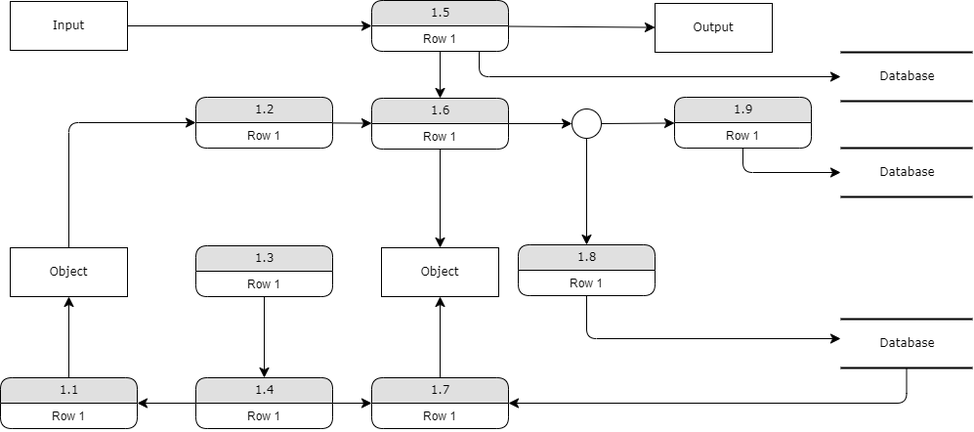
This is DataFlow.drawio.png from ye-s-rin/prodigitalacademy3rd-web, a draw.io export, as it was before one commit. Source tidied: cells renumbered, new cells last; positions are measured from the earlier drawing's top-left corner, leaving out a move shared by most shapes. The source it was exported from:
```xml
<mxGraphModel>
  <root>
    <mxCell id="0" />
    <mxCell id="1" parent="0" />
    <mxCell id="2" value="Database" style="html=1;rounded=0;shadow=0;comic=0;labelBackgroundColor=none;strokeWidth=2;fontFamily=Verdana;fontSize=12;align=center;shape=mxgraph.ios7ui.horLines;" parent="1" vertex="1">
      <mxGeometry x="860" y="53" width="135" height="50" as="geometry" />
    </mxCell>
    <mxCell id="3" value="Database" style="html=1;rounded=0;shadow=0;comic=0;labelBackgroundColor=none;strokeWidth=2;fontFamily=Verdana;fontSize=12;align=center;shape=mxgraph.ios7ui.horLines;" parent="1" vertex="1">
      <mxGeometry x="860" y="151" width="135" height="50" as="geometry" />
    </mxCell>
    <mxCell id="4" value="Output" style="whiteSpace=wrap;html=1;rounded=0;shadow=0;comic=0;labelBackgroundColor=none;strokeWidth=1;fontFamily=Verdana;fontSize=12;align=center;" parent="1" vertex="1">
      <mxGeometry x="670" y="3" width="120" height="50" as="geometry" />
    </mxCell>
    <mxCell id="5" style="edgeStyle=none;html=1;labelBackgroundColor=none;startFill=0;startSize=8;endFill=1;endSize=8;fontFamily=Verdana;fontSize=12;" parent="1" edge="1" source="6" target="10">
      <mxGeometry relative="1" as="geometry" />
    </mxCell>
    <mxCell id="6" value="Input" style="whiteSpace=wrap;html=1;rounded=0;shadow=0;comic=0;labelBackgroundColor=none;strokeWidth=1;fontFamily=Verdana;fontSize=12;align=center;" parent="1" vertex="1">
      <mxGeometry x="10" y="1" width="120" height="50" as="geometry" />
    </mxCell>
    <mxCell id="7" style="edgeStyle=none;html=1;labelBackgroundColor=none;startFill=0;startSize=8;endFill=1;endSize=8;fontFamily=Verdana;fontSize=12;" parent="1" edge="1" source="10" target="4">
      <mxGeometry relative="1" as="geometry" />
    </mxCell>
    <mxCell id="8" style="edgeStyle=none;html=1;labelBackgroundColor=none;startFill=0;startSize=8;endFill=1;endSize=8;fontFamily=Verdana;fontSize=12;" parent="1" edge="1" source="10" target="16">
      <mxGeometry relative="1" as="geometry" />
    </mxCell>
    <mxCell id="9" style="edgeStyle=orthogonalEdgeStyle;html=1;labelBackgroundColor=none;startFill=0;startSize=8;endFill=1;endSize=8;fontFamily=Verdana;fontSize=12;" parent="1" edge="1" source="10" target="2">
      <mxGeometry relative="1" as="geometry">
        <Array as="points">
          <mxPoint x="490" y="78" />
        </Array>
      </mxGeometry>
    </mxCell>
    <mxCell id="10" value="1.5" style="swimlane;html=1;fontStyle=0;horizontal=1;startSize=26;fillColor=#e0e0e0;swimlaneFillColor=#ffffff;align=center;rounded=1;shadow=0;comic=0;labelBackgroundColor=none;strokeWidth=1;fontFamily=Verdana;fontSize=12;" parent="1" vertex="1">
      <mxGeometry x="380" width="140" height="52" as="geometry" />
    </mxCell>
    <mxCell id="11" value="Row 1" style="text;html=1;strokeColor=none;fillColor=none;spacingLeft=4;spacingRight=4;whiteSpace=wrap;overflow=hidden;align=center;" parent="10" vertex="1">
      <mxGeometry y="26" width="140" height="26" as="geometry" />
    </mxCell>
    <mxCell id="12" style="edgeStyle=orthogonalEdgeStyle;html=1;labelBackgroundColor=none;startFill=0;startSize=8;endFill=1;endSize=8;fontFamily=Verdana;fontSize=12;" parent="1" edge="1" source="13" target="38">
      <mxGeometry relative="1" as="geometry">
        <Array as="points">
          <mxPoint x="928" y="412" />
        </Array>
      </mxGeometry>
    </mxCell>
    <mxCell id="13" value="Database" style="html=1;rounded=0;shadow=0;comic=0;labelBackgroundColor=none;strokeWidth=2;fontFamily=Verdana;fontSize=12;align=center;shape=mxgraph.ios7ui.horLines;" parent="1" vertex="1">
      <mxGeometry x="860" y="326" width="135" height="50" as="geometry" />
    </mxCell>
    <mxCell id="14" style="edgeStyle=none;html=1;labelBackgroundColor=none;startFill=0;startSize=8;endFill=1;endSize=8;fontFamily=Verdana;fontSize=12;" parent="1" edge="1" source="16" target="45">
      <mxGeometry relative="1" as="geometry" />
    </mxCell>
    <mxCell id="15" style="edgeStyle=none;html=1;labelBackgroundColor=none;startFill=0;startSize=8;endFill=1;endSize=8;fontFamily=Verdana;fontSize=12;" parent="1" edge="1" source="16" target="42">
      <mxGeometry relative="1" as="geometry" />
    </mxCell>
    <mxCell id="16" value="1.6" style="swimlane;html=1;fontStyle=0;horizontal=1;startSize=26;fillColor=#e0e0e0;swimlaneFillColor=#ffffff;align=center;rounded=1;shadow=0;comic=0;labelBackgroundColor=none;strokeWidth=1;fontFamily=Verdana;fontSize=12;" parent="1" vertex="1">
      <mxGeometry x="380" y="100" width="140" height="52" as="geometry" />
    </mxCell>
    <mxCell id="17" value="Row 1" style="text;html=1;strokeColor=none;fillColor=none;spacingLeft=4;spacingRight=4;whiteSpace=wrap;overflow=hidden;align=center;" parent="16" vertex="1">
      <mxGeometry y="26" width="140" height="26" as="geometry" />
    </mxCell>
    <mxCell id="18" style="edgeStyle=none;html=1;labelBackgroundColor=none;startFill=0;startSize=8;endFill=1;endSize=8;fontFamily=Verdana;fontSize=12;" parent="1" edge="1" source="19" target="16">
      <mxGeometry relative="1" as="geometry" />
    </mxCell>
    <mxCell id="19" value="1.2" style="swimlane;html=1;fontStyle=0;horizontal=1;startSize=26;fillColor=#e0e0e0;swimlaneFillColor=#ffffff;align=center;rounded=1;shadow=0;comic=0;labelBackgroundColor=none;strokeWidth=1;fontFamily=Verdana;fontSize=12;" parent="1" vertex="1">
      <mxGeometry x="200" y="99" width="140" height="52" as="geometry" />
    </mxCell>
    <mxCell id="20" value="Row 1" style="text;html=1;strokeColor=none;fillColor=none;spacingLeft=4;spacingRight=4;whiteSpace=wrap;overflow=hidden;align=center;" parent="19" vertex="1">
      <mxGeometry y="26" width="140" height="26" as="geometry" />
    </mxCell>
    <mxCell id="21" style="edgeStyle=orthogonalEdgeStyle;html=1;labelBackgroundColor=none;startFill=0;startSize=8;endFill=1;endSize=8;fontFamily=Verdana;fontSize=12;" parent="1" edge="1" source="22" target="3">
      <mxGeometry relative="1" as="geometry">
        <Array as="points">
          <mxPoint x="760" y="176" />
        </Array>
      </mxGeometry>
    </mxCell>
    <mxCell id="22" value="1.9" style="swimlane;html=1;fontStyle=0;horizontal=1;startSize=26;fillColor=#e0e0e0;swimlaneFillColor=#ffffff;align=center;rounded=1;shadow=0;comic=0;labelBackgroundColor=none;strokeWidth=1;fontFamily=Verdana;fontSize=12;" parent="1" vertex="1">
      <mxGeometry x="690" y="99" width="140" height="52" as="geometry" />
    </mxCell>
    <mxCell id="23" value="Row 1" style="text;html=1;strokeColor=none;fillColor=none;spacingLeft=4;spacingRight=4;whiteSpace=wrap;overflow=hidden;align=center;" parent="22" vertex="1">
      <mxGeometry y="26" width="140" height="26" as="geometry" />
    </mxCell>
    <mxCell id="24" style="edgeStyle=none;html=1;labelBackgroundColor=none;startFill=0;startSize=8;endFill=1;endSize=8;fontFamily=Verdana;fontSize=12;" parent="1" edge="1" source="25" target="35">
      <mxGeometry relative="1" as="geometry" />
    </mxCell>
    <mxCell id="25" value="1.3" style="swimlane;html=1;fontStyle=0;horizontal=1;startSize=26;fillColor=#e0e0e0;swimlaneFillColor=#ffffff;align=center;rounded=1;shadow=0;comic=0;labelBackgroundColor=none;strokeWidth=1;fontFamily=Verdana;fontSize=12;" parent="1" vertex="1">
      <mxGeometry x="200" y="251" width="140" height="52" as="geometry" />
    </mxCell>
    <mxCell id="26" value="Row 1" style="text;html=1;strokeColor=none;fillColor=none;spacingLeft=4;spacingRight=4;whiteSpace=wrap;overflow=hidden;align=center;" parent="25" vertex="1">
      <mxGeometry y="26" width="140" height="26" as="geometry" />
    </mxCell>
    <mxCell id="27" style="edgeStyle=orthogonalEdgeStyle;html=1;labelBackgroundColor=none;startFill=0;startSize=8;endFill=1;endSize=8;fontFamily=Verdana;fontSize=12;" parent="1" edge="1" source="28" target="13">
      <mxGeometry relative="1" as="geometry">
        <Array as="points">
          <mxPoint x="600" y="346" />
        </Array>
      </mxGeometry>
    </mxCell>
    <mxCell id="28" value="1.8" style="swimlane;html=1;fontStyle=0;horizontal=1;startSize=26;fillColor=#e0e0e0;swimlaneFillColor=#ffffff;align=center;rounded=1;shadow=0;comic=0;labelBackgroundColor=none;strokeWidth=1;fontFamily=Verdana;fontSize=12;" parent="1" vertex="1">
      <mxGeometry x="530" y="250" width="140" height="52" as="geometry" />
    </mxCell>
    <mxCell id="29" value="Row 1" style="text;html=1;strokeColor=none;fillColor=none;spacingLeft=4;spacingRight=4;whiteSpace=wrap;overflow=hidden;align=center;" parent="28" vertex="1">
      <mxGeometry y="26" width="140" height="26" as="geometry" />
    </mxCell>
    <mxCell id="30" style="edgeStyle=none;html=1;labelBackgroundColor=none;startFill=0;startSize=8;endFill=1;endSize=8;fontFamily=Verdana;fontSize=12;" parent="1" edge="1" source="31" target="41">
      <mxGeometry relative="1" as="geometry" />
    </mxCell>
    <mxCell id="31" value="1.1" style="swimlane;html=1;fontStyle=0;horizontal=1;startSize=26;fillColor=#e0e0e0;swimlaneFillColor=#ffffff;align=center;rounded=1;shadow=0;comic=0;labelBackgroundColor=none;strokeWidth=1;fontFamily=Verdana;fontSize=12;" parent="1" vertex="1">
      <mxGeometry y="386" width="140" height="52" as="geometry" />
    </mxCell>
    <mxCell id="32" value="Row 1" style="text;html=1;strokeColor=none;fillColor=none;spacingLeft=4;spacingRight=4;whiteSpace=wrap;overflow=hidden;align=center;" parent="31" vertex="1">
      <mxGeometry y="26" width="140" height="26" as="geometry" />
    </mxCell>
    <mxCell id="33" style="edgeStyle=none;html=1;labelBackgroundColor=none;startFill=0;startSize=8;endFill=1;endSize=8;fontFamily=Verdana;fontSize=12;" parent="1" edge="1" source="35" target="38">
      <mxGeometry relative="1" as="geometry" />
    </mxCell>
    <mxCell id="34" style="edgeStyle=none;html=1;labelBackgroundColor=none;startFill=0;startSize=8;endFill=1;endSize=8;fontFamily=Verdana;fontSize=12;" parent="1" edge="1" source="35" target="31">
      <mxGeometry relative="1" as="geometry" />
    </mxCell>
    <mxCell id="35" value="1.4" style="swimlane;html=1;fontStyle=0;horizontal=1;startSize=26;fillColor=#e0e0e0;swimlaneFillColor=#ffffff;align=center;rounded=1;shadow=0;comic=0;labelBackgroundColor=none;strokeWidth=1;fontFamily=Verdana;fontSize=12;" parent="1" vertex="1">
      <mxGeometry x="200" y="386" width="140" height="52" as="geometry" />
    </mxCell>
    <mxCell id="36" value="Row 1" style="text;html=1;strokeColor=none;fillColor=none;spacingLeft=4;spacingRight=4;whiteSpace=wrap;overflow=hidden;align=center;" parent="35" vertex="1">
      <mxGeometry y="26" width="140" height="26" as="geometry" />
    </mxCell>
    <mxCell id="37" style="edgeStyle=none;html=1;labelBackgroundColor=none;startFill=0;startSize=8;endFill=1;endSize=8;fontFamily=Verdana;fontSize=12;" parent="1" edge="1" source="38" target="42">
      <mxGeometry relative="1" as="geometry" />
    </mxCell>
    <mxCell id="38" value="1.7" style="swimlane;html=1;fontStyle=0;horizontal=1;startSize=26;fillColor=#e0e0e0;swimlaneFillColor=#ffffff;align=center;rounded=1;shadow=0;comic=0;labelBackgroundColor=none;strokeWidth=1;fontFamily=Verdana;fontSize=12;" parent="1" vertex="1">
      <mxGeometry x="380" y="386" width="140" height="52" as="geometry" />
    </mxCell>
    <mxCell id="39" value="Row 1" style="text;html=1;strokeColor=none;fillColor=none;spacingLeft=4;spacingRight=4;whiteSpace=wrap;overflow=hidden;align=center;" parent="38" vertex="1">
      <mxGeometry y="26" width="140" height="26" as="geometry" />
    </mxCell>
    <mxCell id="40" style="edgeStyle=orthogonalEdgeStyle;html=1;labelBackgroundColor=none;startFill=0;startSize=8;endFill=1;endSize=8;fontFamily=Verdana;fontSize=12;" parent="1" edge="1" source="41" target="19">
      <mxGeometry relative="1" as="geometry">
        <Array as="points">
          <mxPoint x="70" y="125" />
        </Array>
      </mxGeometry>
    </mxCell>
    <mxCell id="41" value="Object" style="whiteSpace=wrap;html=1;rounded=0;shadow=0;comic=0;labelBackgroundColor=none;strokeWidth=1;fontFamily=Verdana;fontSize=12;align=center;" parent="1" vertex="1">
      <mxGeometry x="10" y="253" width="120" height="50" as="geometry" />
    </mxCell>
    <mxCell id="42" value="Object" style="whiteSpace=wrap;html=1;rounded=0;shadow=0;comic=0;labelBackgroundColor=none;strokeWidth=1;fontFamily=Verdana;fontSize=12;align=center;" parent="1" vertex="1">
      <mxGeometry x="390" y="253" width="120" height="50" as="geometry" />
    </mxCell>
    <mxCell id="43" style="edgeStyle=none;html=1;labelBackgroundColor=none;startFill=0;startSize=8;endFill=1;endSize=8;fontFamily=Verdana;fontSize=12;" parent="1" edge="1" source="45" target="28">
      <mxGeometry relative="1" as="geometry" />
    </mxCell>
    <mxCell id="44" style="edgeStyle=none;html=1;labelBackgroundColor=none;startFill=0;startSize=8;endFill=1;endSize=8;fontFamily=Verdana;fontSize=12;" parent="1" edge="1" source="45" target="22">
      <mxGeometry relative="1" as="geometry" />
    </mxCell>
    <mxCell id="45" style="ellipse;whiteSpace=wrap;html=1;rounded=1;shadow=0;comic=0;labelBackgroundColor=none;strokeWidth=1;fontFamily=Verdana;fontSize=12;align=center;" parent="1" vertex="1">
      <mxGeometry x="585" y="111" width="30" height="30" as="geometry" />
    </mxCell>
  </root>
</mxGraphModel>
```
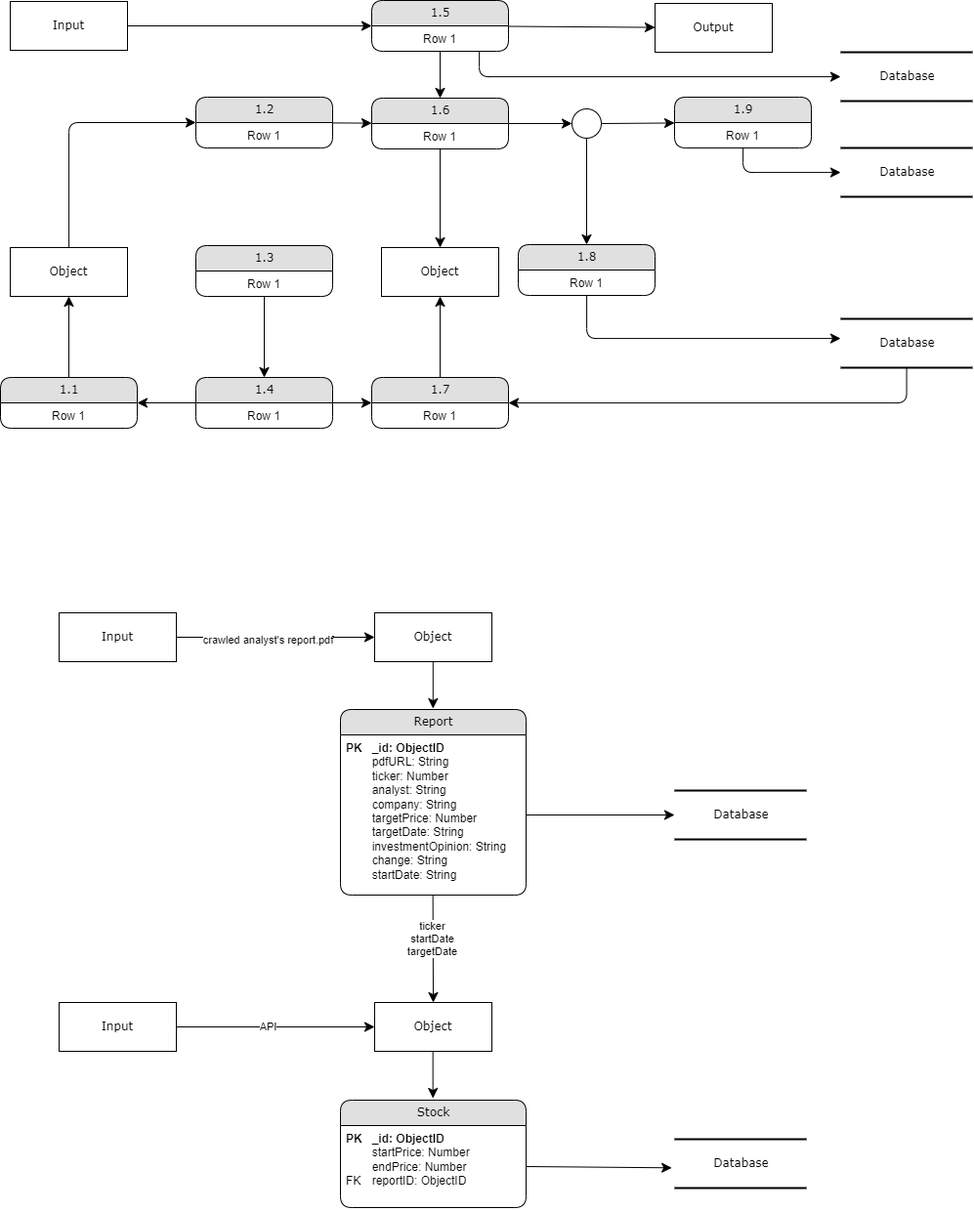
After the commit.

What changed in the source:
```diff
@@ -154,5 +154,76 @@
     <mxCell id="45" style="ellipse;whiteSpace=wrap;html=1;rounded=1;shadow=0;comic=0;labelBackgroundColor=none;strokeWidth=1;fontFamily=Verdana;fontSize=12;align=center;" parent="1" vertex="1">
       <mxGeometry x="585" y="111" width="30" height="30" as="geometry" />
     </mxCell>
+    <mxCell id="46" value="Database" style="html=1;rounded=0;shadow=0;comic=0;labelBackgroundColor=none;strokeWidth=2;fontFamily=Verdana;fontSize=12;align=center;shape=mxgraph.ios7ui.horLines;" parent="1" vertex="1">
+      <mxGeometry x="690" y="809" width="135" height="50" as="geometry" />
+    </mxCell>
+    <mxCell id="47" style="edgeStyle=none;html=1;labelBackgroundColor=none;startFill=0;startSize=8;endFill=1;endSize=8;fontFamily=Verdana;fontSize=12;" parent="1" edge="1" source="49">
+      <mxGeometry relative="1" as="geometry">
+        <mxPoint x="383" y="652" as="targetPoint" />
+      </mxGeometry>
+    </mxCell>
+    <mxCell id="48" value="crawled analyst's report.pdf" style="edgeLabel;html=1;align=center;verticalAlign=middle;" parent="47" vertex="1">
+      <mxGeometry x="-0.09" y="-2" relative="1" as="geometry" />
+    </mxCell>
+    <mxCell id="49" value="Input" style="whiteSpace=wrap;html=1;rounded=0;shadow=0;comic=0;labelBackgroundColor=none;strokeWidth=1;fontFamily=Verdana;fontSize=12;align=center;" parent="1" vertex="1">
+      <mxGeometry x="60" y="627" width="120" height="50" as="geometry" />
+    </mxCell>
+    <mxCell id="50" style="edgeStyle=none;html=1;labelBackgroundColor=none;startFill=0;startSize=8;endFill=1;endSize=8;fontFamily=Verdana;fontSize=12;" parent="1" edge="1">
+      <mxGeometry relative="1" as="geometry">
+        <mxPoint x="442.8" y="677" as="sourcePoint" />
+        <mxPoint x="442.8" y="725" as="targetPoint" />
+      </mxGeometry>
+    </mxCell>
+    <mxCell id="51" value="Object" style="whiteSpace=wrap;html=1;rounded=0;shadow=0;comic=0;labelBackgroundColor=none;strokeWidth=1;fontFamily=Verdana;fontSize=12;align=center;" parent="1" vertex="1">
+      <mxGeometry x="383" y="627" width="120" height="50" as="geometry" />
+    </mxCell>
+    <mxCell id="52" value="Report" style="swimlane;html=1;fontStyle=0;horizontal=1;startSize=26;fillColor=#e0e0e0;swimlaneFillColor=#ffffff;align=center;rounded=1;shadow=0;comic=0;labelBackgroundColor=none;strokeWidth=1;fontFamily=Verdana;fontSize=12;" parent="1" vertex="1">
+      <mxGeometry x="348" y="726" width="190" height="190" as="geometry" />
+    </mxCell>
+    <mxCell id="53" value="&lt;div&gt;&lt;b&gt;PK&lt;span style=&quot;white-space: pre;&quot;&gt;&#9;&lt;/span&gt;_id: ObjectID&lt;/b&gt;&lt;/div&gt;&lt;span style=&quot;white-space: pre;&quot;&gt;&#9;&lt;/span&gt;pdfURL: String&lt;div&gt;&lt;span style=&quot;white-space: pre;&quot;&gt;&#9;&lt;/span&gt;ticker: Number&lt;br&gt;&lt;div&gt;&lt;span style=&quot;white-space: pre;&quot;&gt;&#9;&lt;/span&gt;analyst: String&lt;div&gt;&lt;span style=&quot;white-space: pre;&quot;&gt;&#9;&lt;/span&gt;company: String&lt;br&gt;&lt;/div&gt;&lt;div&gt;&lt;span style=&quot;white-space: pre;&quot;&gt;&#9;&lt;/span&gt;targetPrice: Number&lt;br&gt;&lt;/div&gt;&lt;div&gt;&lt;span style=&quot;white-space: pre;&quot;&gt;&#9;&lt;/span&gt;targetDate: String&lt;br&gt;&lt;/div&gt;&lt;div&gt;&lt;span style=&quot;white-space: pre;&quot;&gt;&#9;&lt;/span&gt;investmentOpinion: String&lt;br&gt;&lt;/div&gt;&lt;div&gt;&lt;span style=&quot;white-space: pre;&quot;&gt;&#9;&lt;/span&gt;change: String&lt;br&gt;&lt;/div&gt;&lt;div&gt;&lt;span style=&quot;white-space: pre;&quot;&gt;&#9;&lt;/span&gt;startDate: String&lt;br&gt;&lt;/div&gt;&lt;div&gt;&lt;span style=&quot;white-space: pre;&quot;&gt;&#9;&lt;/span&gt;&lt;br&gt;&lt;/div&gt;&lt;/div&gt;&lt;/div&gt;" style="text;html=1;strokeColor=none;fillColor=none;spacingLeft=4;spacingRight=4;whiteSpace=wrap;overflow=hidden;points=[[0,0.5],[1,0.5]];portConstraint=eastwest;align=left;" parent="52" vertex="1">
+      <mxGeometry y="26" width="190" height="164" as="geometry" />
+    </mxCell>
+    <mxCell id="54" value="Stock" style="swimlane;html=1;fontStyle=0;horizontal=1;startSize=26;fillColor=#e0e0e0;swimlaneFillColor=#ffffff;align=center;rounded=1;shadow=0;comic=0;labelBackgroundColor=none;strokeWidth=1;fontFamily=Verdana;fontSize=12;" parent="1" vertex="1">
+      <mxGeometry x="348" y="1126" width="190" height="110" as="geometry" />
+    </mxCell>
+    <mxCell id="55" value="&lt;div&gt;&lt;b&gt;PK&lt;span style=&quot;white-space: pre;&quot;&gt;&#9;&lt;/span&gt;_id: ObjectID&lt;/b&gt;&lt;/div&gt;&lt;span style=&quot;white-space: pre;&quot;&gt;&#9;&lt;/span&gt;startPrice: Number&lt;div&gt;&lt;span style=&quot;white-space: pre;&quot;&gt;&#9;&lt;/span&gt;endPrice: Number&lt;br&gt;&lt;div&gt;&lt;div&gt;&lt;div&gt;FK&lt;span style=&quot;white-space: pre;&quot;&gt;&#9;&lt;/span&gt;reportID: ObjectID&lt;br&gt;&lt;/div&gt;&lt;/div&gt;&lt;/div&gt;&lt;/div&gt;" style="text;html=1;strokeColor=none;fillColor=none;spacingLeft=4;spacingRight=4;whiteSpace=wrap;overflow=hidden;points=[[0,0.5],[1,0.5]];portConstraint=eastwest;align=left;" parent="54" vertex="1">
+      <mxGeometry y="26" width="190" height="84" as="geometry" />
+    </mxCell>
+    <mxCell id="56" style="edgeStyle=none;html=1;labelBackgroundColor=none;startFill=0;startSize=8;endFill=1;endSize=8;fontFamily=Verdana;fontSize=12;exitX=1;exitY=0.5;exitDx=0;exitDy=0;entryX=0;entryY=0.5;entryDx=0;entryDy=0;entryPerimeter=0;" parent="1" edge="1" source="53" target="46">
+      <mxGeometry relative="1" as="geometry" />
+    </mxCell>
+    <mxCell id="57" style="edgeStyle=none;html=1;labelBackgroundColor=none;startFill=0;startSize=8;endFill=1;endSize=8;fontFamily=Verdana;fontSize=12;" parent="1" edge="1">
+      <mxGeometry relative="1" as="geometry">
+        <mxPoint x="442.6" y="916" as="sourcePoint" />
+        <mxPoint x="443" y="1026" as="targetPoint" />
+      </mxGeometry>
+    </mxCell>
+    <mxCell id="58" value="&lt;div&gt;ticker&lt;/div&gt;startDate&lt;div&gt;targetDate&lt;/div&gt;" style="edgeLabel;html=1;align=center;verticalAlign=middle;" parent="57" vertex="1">
+      <mxGeometry x="-0.22" y="-2" relative="1" as="geometry" />
+    </mxCell>
+    <mxCell id="59" value="Database" style="html=1;rounded=0;shadow=0;comic=0;labelBackgroundColor=none;strokeWidth=2;fontFamily=Verdana;fontSize=12;align=center;shape=mxgraph.ios7ui.horLines;" parent="1" vertex="1">
+      <mxGeometry x="690" y="1166" width="135" height="50" as="geometry" />
+    </mxCell>
+    <mxCell id="60" style="edgeStyle=none;html=1;labelBackgroundColor=none;startFill=0;startSize=8;endFill=1;endSize=8;fontFamily=Verdana;fontSize=12;exitX=1;exitY=0.5;exitDx=0;exitDy=0;entryX=-0.021;entryY=0.586;entryDx=0;entryDy=0;entryPerimeter=0;" parent="1" edge="1" source="55" target="59">
+      <mxGeometry relative="1" as="geometry" />
+    </mxCell>
+    <mxCell id="61" style="edgeStyle=none;html=1;labelBackgroundColor=none;startFill=0;startSize=8;endFill=1;endSize=8;fontFamily=Verdana;fontSize=12;entryX=0;entryY=0.5;entryDx=0;entryDy=0;exitX=1;exitY=0.5;exitDx=0;exitDy=0;" parent="1" edge="1" source="63" target="64">
+      <mxGeometry relative="1" as="geometry" />
+    </mxCell>
+    <mxCell id="62" value="API" style="edgeLabel;html=1;align=center;verticalAlign=middle;" parent="61" vertex="1">
+      <mxGeometry x="-0.08" y="1" relative="1" as="geometry" />
+    </mxCell>
+    <mxCell id="63" value="Input" style="whiteSpace=wrap;html=1;rounded=0;shadow=0;comic=0;labelBackgroundColor=none;strokeWidth=1;fontFamily=Verdana;fontSize=12;align=center;" parent="1" vertex="1">
+      <mxGeometry x="60" y="1026" width="120" height="50" as="geometry" />
+    </mxCell>
+    <mxCell id="64" value="Object" style="whiteSpace=wrap;html=1;rounded=0;shadow=0;comic=0;labelBackgroundColor=none;strokeWidth=1;fontFamily=Verdana;fontSize=12;align=center;" parent="1" vertex="1">
+      <mxGeometry x="383" y="1026" width="120" height="50" as="geometry" />
+    </mxCell>
+    <mxCell id="65" style="edgeStyle=none;html=1;labelBackgroundColor=none;startFill=0;startSize=8;endFill=1;endSize=8;fontFamily=Verdana;fontSize=12;" parent="1" edge="1">
+      <mxGeometry relative="1" as="geometry">
+        <mxPoint x="442.7" y="1076" as="sourcePoint" />
+        <mxPoint x="442.7" y="1124" as="targetPoint" />
+      </mxGeometry>
+    </mxCell>
   </root>
 </mxGraphModel>
```
